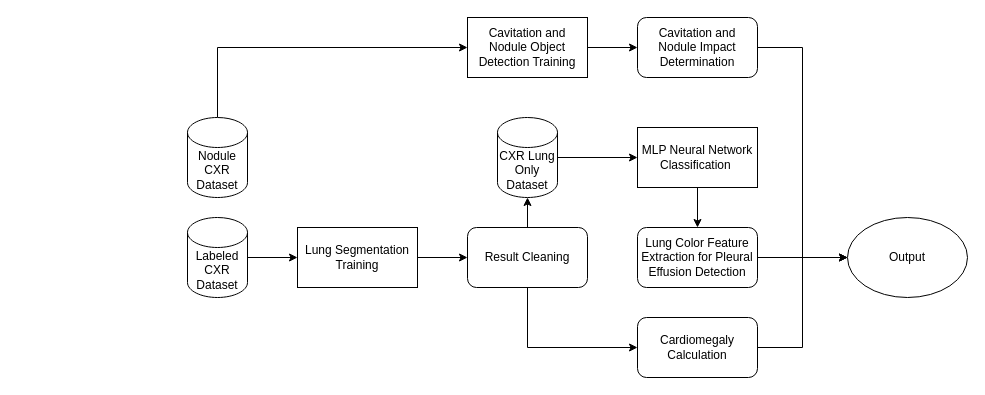
Earlier version of the draw.io diagram Model/flowchart.drawio (Vanss3375/CXR-Radiology-Analysis-and-Diagnosis-System). Source tidied: cells renumbered, new cells numbered last; positions are measured from the earlier drawing's top-left corner, leaving out a move shared by most shapes. Both pictures are drawn from the tidied source at 100%, with x=0, y=0 at pixel (187, 17).
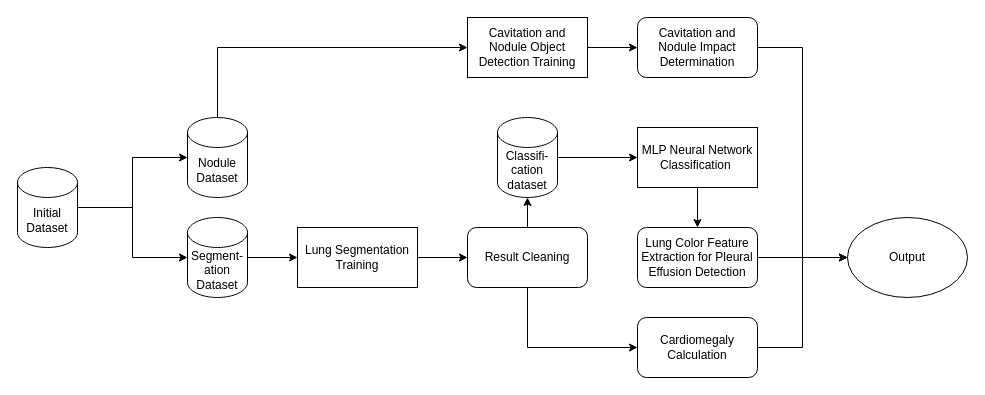
Above is the later version.

Commit message (it also covers changes not shown here):
v1.0.1 fixed nodule detection bug

What changed in the source:
```diff
@@
-    <mxCell id="3" value="Labeled CXR Dataset" style="shape=cylinder3;whiteSpace=wrap;html=1;boundedLbl=1;backgroundOutline=1;size=15;" parent="1" vertex="1">
+    <mxCell id="3" value="Segment-ation&lt;div&gt;Dataset&lt;/div&gt;" style="shape=cylinder3;whiteSpace=wrap;html=1;boundedLbl=1;backgroundOutline=1;size=15;" parent="1" vertex="1">
       <mxGeometry y="200" width="60" height="80" as="geometry" />
     </mxCell>
@@
-    <mxCell id="9" value="CXR Lung Only Dataset" style="shape=cylinder3;whiteSpace=wrap;html=1;boundedLbl=1;backgroundOutline=1;size=15;" parent="1" vertex="1">
+    <mxCell id="9" value="Classifi-cation dataset" style="shape=cylinder3;whiteSpace=wrap;html=1;boundedLbl=1;backgroundOutline=1;size=15;" parent="1" vertex="1">
       <mxGeometry x="310" y="100" width="60" height="80" as="geometry" />
     </mxCell>
@@
-    <mxCell id="21" value="Nodule CXR Dataset" style="shape=cylinder3;whiteSpace=wrap;html=1;boundedLbl=1;backgroundOutline=1;size=15;" parent="1" vertex="1">
+    <mxCell id="21" value="Nodule Dataset" style="shape=cylinder3;whiteSpace=wrap;html=1;boundedLbl=1;backgroundOutline=1;size=15;" parent="1" vertex="1">
       <mxGeometry y="100" width="60" height="80" as="geometry" />
     </mxCell>
@@
+    <mxCell id="24" style="edgeStyle=orthogonalEdgeStyle;rounded=0;jettySize=auto;html=1;" parent="1" edge="1" source="25" target="3">
+      <mxGeometry relative="1" as="geometry" />
+    </mxCell>
+    <mxCell id="25" value="Initial Dataset" style="shape=cylinder3;whiteSpace=wrap;html=1;boundedLbl=1;backgroundOutline=1;size=15;" parent="1" vertex="1">
+      <mxGeometry x="-170" y="150" width="60" height="80" as="geometry" />
+    </mxCell>
+    <mxCell id="26" style="edgeStyle=orthogonalEdgeStyle;rounded=0;jettySize=auto;html=1;entryX=0;entryY=0.5;entryDx=0;entryDy=0;entryPerimeter=0;" parent="1" edge="1" source="25" target="21">
+      <mxGeometry relative="1" as="geometry" />
+    </mxCell>
```
